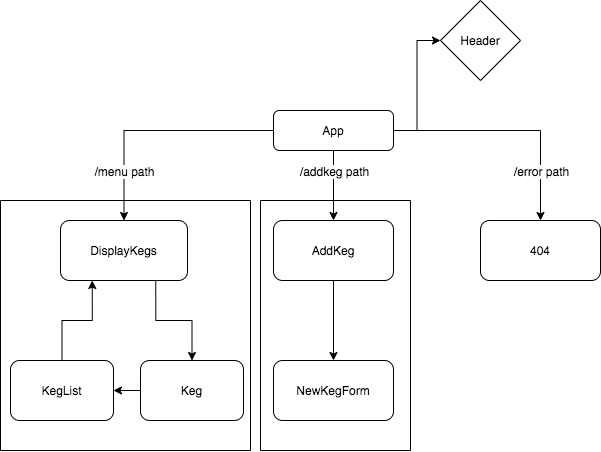
abatesaccs/tapRoom keeps this draw.io diagram as tapRoomComponentStructure.png. Above is the earlier version. Source tidied: cells renumbered, new cells last; positions are measured from the earlier drawing's top-left corner, leaving out a move shared by most shapes.
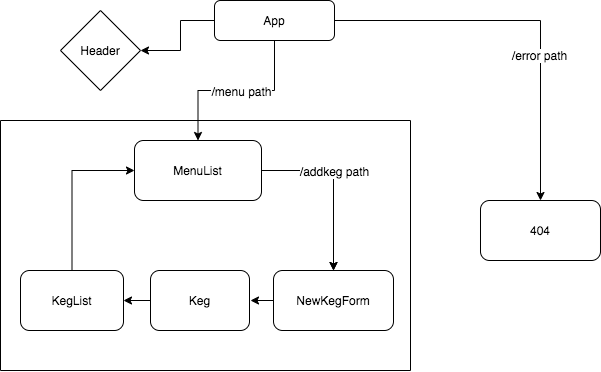
After the change.

Commit message:
properly add component diagram

Diff of the diagram source:
```diff
@@ -2,8 +2,13 @@
   <root>
     <mxCell id="0" />
     <mxCell id="1" parent="0" />
-    <mxCell id="2" style="edgeStyle=orthogonalEdgeStyle;rounded=0;jettySize=auto;html=1;entryX=0;entryY=0.5;entryDx=0;entryDy=0;" parent="1" edge="1" source="7" target="20">
-      <mxGeometry relative="1" as="geometry" />
+    <mxCell id="2" style="edgeStyle=orthogonalEdgeStyle;rounded=0;jettySize=auto;html=1;entryX=1;entryY=0.5;entryDx=0;entryDy=0;" parent="1" edge="1" source="7" target="20">
+      <mxGeometry relative="1" as="geometry">
+        <Array as="points">
+          <mxPoint x="180" y="100" />
+          <mxPoint x="180" y="130" />
+        </Array>
+      </mxGeometry>
     </mxCell>
     <mxCell id="3" style="edgeStyle=orthogonalEdgeStyle;rounded=0;jettySize=auto;html=1;" parent="1" edge="1" source="7" target="14">
       <mxGeometry relative="1" as="geometry" />
@@ -18,57 +23,58 @@
     </mxCell>
     <mxCell id="6" value="/menu path" style="text;html=1;align=center;verticalAlign=middle;labelBackgroundColor=#ffffff;" parent="5" vertex="1">
       <mxGeometry x="0.14" y="20" relative="1" as="geometry">
-        <mxPoint x="-12.5" y="20" as="offset" />
+        <mxPoint x="17" y="-20" as="offset" />
       </mxGeometry>
     </mxCell>
     <mxCell id="7" value="App" style="rounded=1;whiteSpace=wrap;html=1;fontSize=12;glass=0;strokeWidth=1;shadow=0;" parent="1" vertex="1">
-      <mxGeometry x="273" y="110" width="120" height="40" as="geometry" />
+      <mxGeometry x="214" y="80" width="120" height="40" as="geometry" />
     </mxCell>
-    <mxCell id="8" style="edgeStyle=orthogonalEdgeStyle;rounded=0;jettySize=auto;html=1;exitX=0.75;exitY=1;exitDx=0;exitDy=0;" parent="1" edge="1" source="9" target="11">
-      <mxGeometry relative="1" as="geometry" />
-    </mxCell>
+    <mxCell id="27" style="edgeStyle=orthogonalEdgeStyle;rounded=0;jettySize=auto;html=1;entryX=0.5;entryY=0;entryDx=0;entryDy=0;exitX=1;exitY=0.5;exitDx=0;exitDy=0;" parent="1" edge="1" source="9" target="19">
+      <mxGeometry relative="1" as="geometry" />
+    </mxCell>
+    <mxCell id="16" value="/addkeg path" style="text;html=1;align=center;verticalAlign=middle;labelBackgroundColor=#ffffff;" parent="27" vertex="1">
+      <mxGeometry x="-0.05" relative="1" as="geometry">
+        <mxPoint y="-10" as="offset" />
+      </mxGeometry>
+    </mxCell>
-    <mxCell id="9" value="DisplayKegs" style="rounded=1;whiteSpace=wrap;html=1;fontSize=12;glass=0;strokeWidth=1;shadow=0;" parent="1" vertex="1">
-      <mxGeometry x="60" y="220" width="127" height="60" as="geometry" />
+    <mxCell id="9" value="MenuList" style="rounded=1;whiteSpace=wrap;html=1;fontSize=12;glass=0;strokeWidth=1;shadow=0;" parent="1" vertex="1">
+      <mxGeometry x="134" y="220" width="127" height="60" as="geometry" />
     </mxCell>
     <mxCell id="10" style="edgeStyle=orthogonalEdgeStyle;rounded=0;jettySize=auto;html=1;" parent="1" edge="1" source="11" target="13">
       <mxGeometry relative="1" as="geometry" />
     </mxCell>
     <mxCell id="11" value="Keg" style="rounded=1;whiteSpace=wrap;html=1;fontSize=12;glass=0;strokeWidth=1;shadow=0;" parent="1" vertex="1">
-      <mxGeometry x="140" y="360" width="103" height="60" as="geometry" />
+      <mxGeometry x="150" y="350" width="99" height="60" as="geometry" />
     </mxCell>
-    <mxCell id="12" style="edgeStyle=orthogonalEdgeStyle;rounded=0;jettySize=auto;html=1;entryX=0.25;entryY=1;entryDx=0;entryDy=0;" parent="1" edge="1" source="13" target="9">
+    <mxCell id="12" style="edgeStyle=orthogonalEdgeStyle;rounded=0;jettySize=auto;html=1;entryX=0;entryY=0.5;entryDx=0;entryDy=0;exitX=0.5;exitY=0;exitDx=0;exitDy=0;" parent="1" edge="1" source="13" target="9">
       <mxGeometry relative="1" as="geometry" />
     </mxCell>
     <mxCell id="13" value="KegList" style="rounded=1;whiteSpace=wrap;html=1;fontSize=12;glass=0;strokeWidth=1;shadow=0;" parent="1" vertex="1">
-      <mxGeometry x="10" y="360" width="103" height="60" as="geometry" />
+      <mxGeometry x="20" y="350" width="103" height="60" as="geometry" />
     </mxCell>
     <mxCell id="14" value="404" style="rounded=1;whiteSpace=wrap;html=1;fontSize=12;glass=0;strokeWidth=1;shadow=0;" parent="1" vertex="1">
-      <mxGeometry x="480" y="220" width="120" height="60" as="geometry" />
+      <mxGeometry x="480" y="280" width="120" height="60" as="geometry" />
     </mxCell>
-    <mxCell id="15" style="edgeStyle=orthogonalEdgeStyle;rounded=0;jettySize=auto;html=1;exitX=0.5;exitY=1;exitDx=0;exitDy=0;" parent="1" edge="1" source="7" target="18">
-      <mxGeometry relative="1" as="geometry" />
-    </mxCell>
-    <mxCell id="16" value="/addkeg path" style="text;html=1;align=center;verticalAlign=middle;labelBackgroundColor=#ffffff;" parent="15" vertex="1">
-      <mxGeometry x="-0.03" relative="1" as="geometry">
-        <mxPoint y="-14" as="offset" />
-      </mxGeometry>
-    </mxCell>
-    <mxCell id="17" style="edgeStyle=orthogonalEdgeStyle;rounded=0;jettySize=auto;html=1;" parent="1" edge="1" source="18" target="19">
-      <mxGeometry relative="1" as="geometry" />
+    <mxCell id="17" style="edgeStyle=orthogonalEdgeStyle;rounded=0;jettySize=auto;html=1;" parent="1" edge="1" target="19">
+      <mxGeometry relative="1" as="geometry">
+        <mxPoint x="333" y="280" as="sourcePoint" />
+      </mxGeometry>
     </mxCell>
-    <mxCell id="18" value="AddKeg" style="rounded=1;whiteSpace=wrap;html=1;" parent="1" vertex="1">
-      <mxGeometry x="273" y="220" width="120" height="60" as="geometry" />
-    </mxCell>
+    <mxCell id="28" style="edgeStyle=orthogonalEdgeStyle;rounded=0;jettySize=auto;html=1;" parent="1" edge="1" source="19">
+      <mxGeometry relative="1" as="geometry">
+        <mxPoint x="250" y="380" as="targetPoint" />
+      </mxGeometry>
+    </mxCell>
     <mxCell id="19" value="NewKegForm" style="rounded=1;whiteSpace=wrap;html=1;" parent="1" vertex="1">
-      <mxGeometry x="273" y="360" width="120" height="60" as="geometry" />
+      <mxGeometry x="273" y="350" width="120" height="60" as="geometry" />
     </mxCell>
     <mxCell id="20" value="Header" style="rhombus;whiteSpace=wrap;html=1;" parent="1" vertex="1">
-      <mxGeometry x="440" width="80" height="80" as="geometry" />
+      <mxGeometry x="60" y="90" width="80" height="80" as="geometry" />
     </mxCell>
     <mxCell id="21" style="endArrow=none;html=1;" parent="1" edge="1">
       <mxGeometry relative="1" as="geometry">
         <mxPoint y="450" as="sourcePoint" />
-        <mxPoint x="250" y="450" as="targetPoint" />
+        <mxPoint x="410" y="450" as="targetPoint" />
       </mxGeometry>
     </mxCell>
     <mxCell id="22" style="endArrow=none;html=1;" parent="1" edge="1">
@@ -77,23 +83,17 @@
         <mxPoint y="450" as="targetPoint" />
       </mxGeometry>
     </mxCell>
-    <mxCell id="23" style="endArrow=none;html=1;" parent="1" edge="1">
-      <mxGeometry relative="1" as="geometry">
-        <mxPoint x="250" y="200" as="sourcePoint" />
-        <mxPoint x="250" y="450" as="targetPoint" />
-      </mxGeometry>
-    </mxCell>
     <mxCell id="24" style="endArrow=none;html=1;" parent="1" edge="1">
       <mxGeometry relative="1" as="geometry">
-        <mxPoint x="250" y="200" as="sourcePoint" />
+        <mxPoint x="410" y="200" as="sourcePoint" />
         <mxPoint y="200" as="targetPoint" />
       </mxGeometry>
     </mxCell>
-    <mxCell id="25" style="shape=partialRectangle;whiteSpace=wrap;html=1;bottom=1;right=1;left=1;top=0;fillColor=none;routingCenterX=-0.5;" parent="1" vertex="1">
-      <mxGeometry x="260" y="390" width="150" height="60" as="geometry" />
-    </mxCell>
-    <mxCell id="26" style="shape=partialRectangle;whiteSpace=wrap;html=1;bottom=1;right=1;left=1;top=0;fillColor=none;routingCenterX=-0.5;direction=west;" parent="1" vertex="1">
-      <mxGeometry x="260" y="200" width="150" height="200" as="geometry" />
-    </mxCell>
+    <mxCell id="29" style="endArrow=none;html=1;" parent="1" edge="1">
+      <mxGeometry relative="1" as="geometry">
+        <mxPoint x="410" y="450" as="sourcePoint" />
+        <mxPoint x="410" y="200" as="targetPoint" />
+      </mxGeometry>
+    </mxCell>
   </root>
 </mxGraphModel>
```
